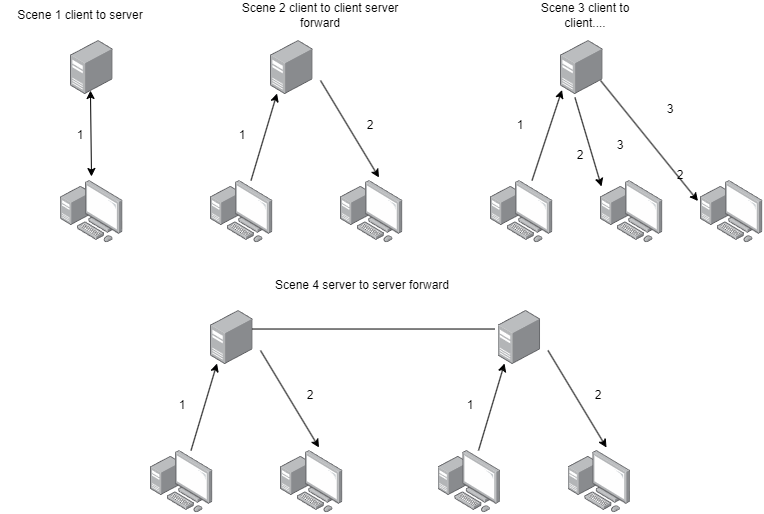
This is scene.png from Li-giegie/node, a draw.io export, as it was before one commit. Source tidied: cells renumbered, new cells last; positions are measured from the earlier drawing's top-left corner, leaving out a move shared by most shapes. Source of this version:
```xml
<mxGraphModel background="#FFFFFF">
  <root>
    <mxCell id="0" />
    <mxCell id="1" parent="0" />
    <mxCell id="2" style="points=[];html=1;align=center;shadow=0;dashed=0;image;image=img/lib/allied_telesis/computer_and_terminals/Personal_Computer_with_Server.svg;" parent="1" vertex="1">
      <mxGeometry x="60.1" y="180" width="62.4" height="62.4" as="geometry" />
    </mxCell>
    <mxCell id="3" style="points=[];html=1;align=center;shadow=0;dashed=0;image;image=img/lib/allied_telesis/computer_and_terminals/Server_Desktop.svg;" parent="1" vertex="1">
      <mxGeometry x="70" y="40" width="42.6" height="54" as="geometry" />
    </mxCell>
    <mxCell id="4" style="endArrow=classic;startArrow=classic;html=1;rounded=0;exitX=0.495;exitY=-0.064;exitDx=0;exitDy=0;exitPerimeter=0;entryX=0.469;entryY=0.926;entryDx=0;entryDy=0;entryPerimeter=0;" parent="1" edge="1" source="2" target="3">
      <mxGeometry relative="1" as="geometry" />
    </mxCell>
    <mxCell id="5" value="Scene 1 client to server" style="text;strokeColor=none;align=center;fillColor=none;html=1;verticalAlign=middle;whiteSpace=wrap;rounded=0;" parent="1" vertex="1">
      <mxGeometry width="160" height="30" as="geometry" />
    </mxCell>
    <mxCell id="6" style="points=[];html=1;align=center;shadow=0;dashed=0;image;image=img/lib/allied_telesis/computer_and_terminals/Server_Desktop.svg;" parent="1" vertex="1">
      <mxGeometry x="270" y="40" width="42.6" height="54" as="geometry" />
    </mxCell>
    <mxCell id="7" style="points=[];html=1;align=center;shadow=0;dashed=0;image;image=img/lib/allied_telesis/computer_and_terminals/Personal_Computer_with_Server.svg;" parent="1" vertex="1">
      <mxGeometry x="210" y="180" width="62.4" height="62.4" as="geometry" />
    </mxCell>
    <mxCell id="8" style="points=[];html=1;align=center;shadow=0;dashed=0;image;image=img/lib/allied_telesis/computer_and_terminals/Personal_Computer_with_Server.svg;" parent="1" vertex="1">
      <mxGeometry x="340" y="180" width="62.4" height="62.4" as="geometry" />
    </mxCell>
    <mxCell id="9" style="endArrow=classic;html=1;rounded=0;entryX=0.153;entryY=0.981;entryDx=0;entryDy=0;entryPerimeter=0;" parent="1" edge="1" source="7" target="6">
      <mxGeometry relative="1" as="geometry" />
    </mxCell>
    <mxCell id="10" style="endArrow=classic;html=1;rounded=0;entryX=0.617;entryY=-0.048;entryDx=0;entryDy=0;entryPerimeter=0;" parent="1" edge="1" target="8">
      <mxGeometry relative="1" as="geometry">
        <mxPoint x="320" y="80" as="sourcePoint" />
      </mxGeometry>
    </mxCell>
    <mxCell id="11" value="Scene 2 client to client server forward" style="text;strokeColor=none;align=center;fillColor=none;html=1;verticalAlign=middle;whiteSpace=wrap;rounded=0;" parent="1" vertex="1">
      <mxGeometry x="240" width="160" height="30" as="geometry" />
    </mxCell>
    <mxCell id="12" style="points=[];html=1;align=center;shadow=0;dashed=0;image;image=img/lib/allied_telesis/computer_and_terminals/Server_Desktop.svg;" parent="1" vertex="1">
      <mxGeometry x="560" y="40" width="42.6" height="54" as="geometry" />
    </mxCell>
    <mxCell id="13" style="points=[];html=1;align=center;shadow=0;dashed=0;image;image=img/lib/allied_telesis/computer_and_terminals/Personal_Computer_with_Server.svg;" parent="1" vertex="1">
      <mxGeometry x="490" y="180" width="62.4" height="62.4" as="geometry" />
    </mxCell>
    <mxCell id="14" style="points=[];html=1;align=center;shadow=0;dashed=0;image;image=img/lib/allied_telesis/computer_and_terminals/Personal_Computer_with_Server.svg;" parent="1" vertex="1">
      <mxGeometry x="600" y="180" width="62.4" height="62.4" as="geometry" />
    </mxCell>
    <mxCell id="15" style="points=[];html=1;align=center;shadow=0;dashed=0;image;image=img/lib/allied_telesis/computer_and_terminals/Personal_Computer_with_Server.svg;" parent="1" vertex="1">
      <mxGeometry x="700" y="180" width="62.4" height="62.4" as="geometry" />
    </mxCell>
    <mxCell id="16" style="endArrow=classic;html=1;rounded=0;entryX=0.035;entryY=0.917;entryDx=0;entryDy=0;entryPerimeter=0;" parent="1" edge="1" source="13" target="12">
      <mxGeometry relative="1" as="geometry" />
    </mxCell>
    <mxCell id="17" style="endArrow=classic;html=1;rounded=0;entryX=0.016;entryY=0.096;entryDx=0;entryDy=0;entryPerimeter=0;exitX=0.34;exitY=1.056;exitDx=0;exitDy=0;exitPerimeter=0;" parent="1" edge="1" source="12" target="14">
      <mxGeometry relative="1" as="geometry" />
    </mxCell>
    <mxCell id="18" style="endArrow=classic;html=1;rounded=0;entryX=-0.04;entryY=0.329;entryDx=0;entryDy=0;entryPerimeter=0;" parent="1" edge="1" target="15">
      <mxGeometry relative="1" as="geometry">
        <mxPoint x="600" y="80" as="sourcePoint" />
      </mxGeometry>
    </mxCell>
    <mxCell id="19" value="1" style="text;strokeColor=none;align=center;fillColor=none;html=1;verticalAlign=middle;whiteSpace=wrap;rounded=0;" parent="1" vertex="1">
      <mxGeometry x="50" y="120" width="60" height="30" as="geometry" />
    </mxCell>
    <mxCell id="20" value="1" style="text;strokeColor=none;align=center;fillColor=none;html=1;verticalAlign=middle;whiteSpace=wrap;rounded=0;" parent="1" vertex="1">
      <mxGeometry x="212.4" y="120" width="60" height="30" as="geometry" />
    </mxCell>
    <mxCell id="21" value="2" style="text;strokeColor=none;align=center;fillColor=none;html=1;verticalAlign=middle;whiteSpace=wrap;rounded=0;" parent="1" vertex="1">
      <mxGeometry x="340" y="110" width="60" height="30" as="geometry" />
    </mxCell>
    <mxCell id="22" value="1" style="text;strokeColor=none;align=center;fillColor=none;html=1;verticalAlign=middle;whiteSpace=wrap;rounded=0;" parent="1" vertex="1">
      <mxGeometry x="490" y="110" width="60" height="30" as="geometry" />
    </mxCell>
    <mxCell id="23" value="2" style="text;strokeColor=none;align=center;fillColor=none;html=1;verticalAlign=middle;whiteSpace=wrap;rounded=0;" parent="1" vertex="1">
      <mxGeometry x="550" y="140" width="60" height="30" as="geometry" />
    </mxCell>
    <mxCell id="24" value="3" style="text;strokeColor=none;align=center;fillColor=none;html=1;verticalAlign=middle;whiteSpace=wrap;rounded=0;" parent="1" vertex="1">
      <mxGeometry x="590" y="130" width="60" height="30" as="geometry" />
    </mxCell>
    <mxCell id="25" value="2" style="text;strokeColor=none;align=center;fillColor=none;html=1;verticalAlign=middle;whiteSpace=wrap;rounded=0;" parent="1" vertex="1">
      <mxGeometry x="650" y="160" width="60" height="30" as="geometry" />
    </mxCell>
    <mxCell id="26" value="3" style="text;strokeColor=none;align=center;fillColor=none;html=1;verticalAlign=middle;whiteSpace=wrap;rounded=0;" parent="1" vertex="1">
      <mxGeometry x="640" y="94" width="60" height="30" as="geometry" />
    </mxCell>
    <mxCell id="27" value="Scene 3 client to client...." style="text;strokeColor=none;align=center;fillColor=none;html=1;verticalAlign=middle;whiteSpace=wrap;rounded=0;" parent="1" vertex="1">
      <mxGeometry x="530" width="110" height="30" as="geometry" />
    </mxCell>
    <mxCell id="28" style="points=[];html=1;align=center;shadow=0;dashed=0;image;image=img/lib/allied_telesis/computer_and_terminals/Server_Desktop.svg;" parent="1" vertex="1">
      <mxGeometry x="210" y="310" width="42.6" height="54" as="geometry" />
    </mxCell>
    <mxCell id="29" style="points=[];html=1;align=center;shadow=0;dashed=0;image;image=img/lib/allied_telesis/computer_and_terminals/Personal_Computer_with_Server.svg;" parent="1" vertex="1">
      <mxGeometry x="150" y="450" width="62.4" height="62.4" as="geometry" />
    </mxCell>
    <mxCell id="30" style="points=[];html=1;align=center;shadow=0;dashed=0;image;image=img/lib/allied_telesis/computer_and_terminals/Personal_Computer_with_Server.svg;" parent="1" vertex="1">
      <mxGeometry x="280" y="450" width="62.4" height="62.4" as="geometry" />
    </mxCell>
    <mxCell id="31" style="endArrow=classic;html=1;rounded=0;entryX=0.153;entryY=0.981;entryDx=0;entryDy=0;entryPerimeter=0;" parent="1" edge="1" source="29" target="28">
      <mxGeometry relative="1" as="geometry" />
    </mxCell>
    <mxCell id="32" style="endArrow=classic;html=1;rounded=0;entryX=0.617;entryY=-0.048;entryDx=0;entryDy=0;entryPerimeter=0;" parent="1" edge="1" target="30">
      <mxGeometry relative="1" as="geometry">
        <mxPoint x="260" y="350" as="sourcePoint" />
      </mxGeometry>
    </mxCell>
    <mxCell id="33" value="Scene 4 server to server forward" style="text;strokeColor=none;align=center;fillColor=none;html=1;verticalAlign=middle;whiteSpace=wrap;rounded=0;" parent="1" vertex="1">
      <mxGeometry x="267.5" y="270" width="187.5" height="30" as="geometry" />
    </mxCell>
    <mxCell id="34" value="1" style="text;strokeColor=none;align=center;fillColor=none;html=1;verticalAlign=middle;whiteSpace=wrap;rounded=0;" parent="1" vertex="1">
      <mxGeometry x="152.4" y="390" width="60" height="30" as="geometry" />
    </mxCell>
    <mxCell id="35" value="2" style="text;strokeColor=none;align=center;fillColor=none;html=1;verticalAlign=middle;whiteSpace=wrap;rounded=0;" parent="1" vertex="1">
      <mxGeometry x="280" y="380" width="60" height="30" as="geometry" />
    </mxCell>
    <mxCell id="36" style="points=[];html=1;align=center;shadow=0;dashed=0;image;image=img/lib/allied_telesis/computer_and_terminals/Server_Desktop.svg;" parent="1" vertex="1">
      <mxGeometry x="497.5" y="310" width="42.6" height="54" as="geometry" />
    </mxCell>
    <mxCell id="37" style="points=[];html=1;align=center;shadow=0;dashed=0;image;image=img/lib/allied_telesis/computer_and_terminals/Personal_Computer_with_Server.svg;" parent="1" vertex="1">
      <mxGeometry x="437.5" y="450" width="62.4" height="62.4" as="geometry" />
    </mxCell>
    <mxCell id="38" style="points=[];html=1;align=center;shadow=0;dashed=0;image;image=img/lib/allied_telesis/computer_and_terminals/Personal_Computer_with_Server.svg;" parent="1" vertex="1">
      <mxGeometry x="567.5" y="450" width="62.4" height="62.4" as="geometry" />
    </mxCell>
    <mxCell id="39" style="endArrow=classic;html=1;rounded=0;entryX=0.153;entryY=0.981;entryDx=0;entryDy=0;entryPerimeter=0;" parent="1" edge="1" source="37" target="36">
      <mxGeometry relative="1" as="geometry" />
    </mxCell>
    <mxCell id="40" style="endArrow=classic;html=1;rounded=0;entryX=0.617;entryY=-0.048;entryDx=0;entryDy=0;entryPerimeter=0;" parent="1" edge="1" target="38">
      <mxGeometry relative="1" as="geometry">
        <mxPoint x="547.5" y="350" as="sourcePoint" />
      </mxGeometry>
    </mxCell>
    <mxCell id="41" value="1" style="text;strokeColor=none;align=center;fillColor=none;html=1;verticalAlign=middle;whiteSpace=wrap;rounded=0;" parent="1" vertex="1">
      <mxGeometry x="439.9" y="390" width="60" height="30" as="geometry" />
    </mxCell>
    <mxCell id="42" value="2" style="text;strokeColor=none;align=center;fillColor=none;html=1;verticalAlign=middle;whiteSpace=wrap;rounded=0;" parent="1" vertex="1">
      <mxGeometry x="567.5" y="380" width="60" height="30" as="geometry" />
    </mxCell>
    <mxCell id="43" style="endArrow=none;html=1;rounded=0;exitX=0.986;exitY=0.343;exitDx=0;exitDy=0;exitPerimeter=0;entryX=-0.082;entryY=0.343;entryDx=0;entryDy=0;entryPerimeter=0;" parent="1" edge="1" source="28" target="36">
      <mxGeometry relative="1" as="geometry" />
    </mxCell>
  </root>
</mxGraphModel>
```
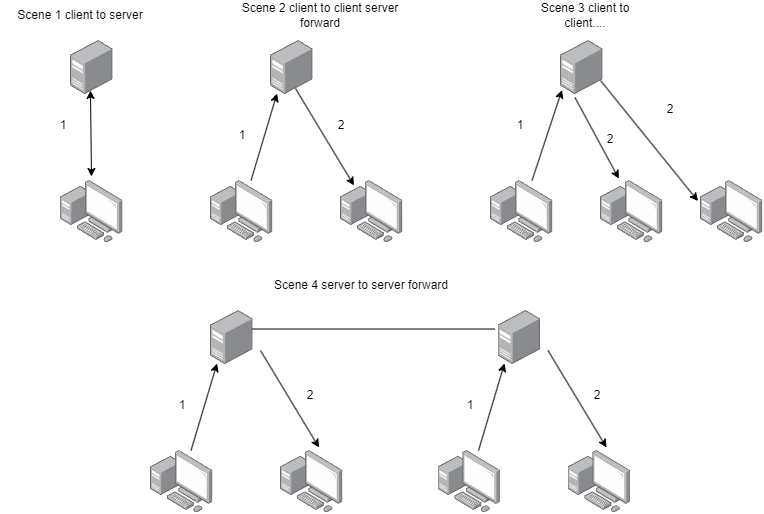
The same diagram one commit later.

What changed in the source:
```diff
@@ -1,4 +1,4 @@
-<mxGraphModel background="#FFFFFF">
+<mxGraphModel background="#ffffff">
   <root>
     <mxCell id="0" />
     <mxCell id="1" parent="0" />
@@ -26,9 +26,10 @@
     <mxCell id="9" style="endArrow=classic;html=1;rounded=0;entryX=0.153;entryY=0.981;entryDx=0;entryDy=0;entryPerimeter=0;" parent="1" edge="1" source="7" target="6">
       <mxGeometry relative="1" as="geometry" />
     </mxCell>
-    <mxCell id="10" style="endArrow=classic;html=1;rounded=0;entryX=0.617;entryY=-0.048;entryDx=0;entryDy=0;entryPerimeter=0;" parent="1" edge="1" target="8">
+    <mxCell id="10" style="endArrow=classic;html=1;rounded=0;entryX=0.617;entryY=-0.048;entryDx=0;entryDy=0;entryPerimeter=0;" parent="1" edge="1">
       <mxGeometry relative="1" as="geometry">
-        <mxPoint x="320" y="80" as="sourcePoint" />
+        <mxPoint x="295" y="88" as="sourcePoint" />
+        <mxPoint x="353.5" y="185" as="targetPoint" />
       </mxGeometry>
     </mxCell>
     <mxCell id="11" value="Scene 2 client to client server forward" style="text;strokeColor=none;align=center;fillColor=none;html=1;verticalAlign=middle;whiteSpace=wrap;rounded=0;" parent="1" vertex="1">
@@ -49,7 +50,7 @@
     <mxCell id="16" style="endArrow=classic;html=1;rounded=0;entryX=0.035;entryY=0.917;entryDx=0;entryDy=0;entryPerimeter=0;" parent="1" edge="1" source="13" target="12">
       <mxGeometry relative="1" as="geometry" />
     </mxCell>
-    <mxCell id="17" style="endArrow=classic;html=1;rounded=0;entryX=0.016;entryY=0.096;entryDx=0;entryDy=0;entryPerimeter=0;exitX=0.34;exitY=1.056;exitDx=0;exitDy=0;exitPerimeter=0;" parent="1" edge="1" source="12" target="14">
+    <mxCell id="17" style="endArrow=classic;html=1;rounded=0;entryX=0.294;entryY=-0.03;entryDx=0;entryDy=0;entryPerimeter=0;exitX=0.34;exitY=1.056;exitDx=0;exitDy=0;exitPerimeter=0;" parent="1" edge="1" source="12" target="14">
       <mxGeometry relative="1" as="geometry" />
     </mxCell>
     <mxCell id="18" style="endArrow=classic;html=1;rounded=0;entryX=-0.04;entryY=0.329;entryDx=0;entryDy=0;entryPerimeter=0;" parent="1" edge="1" target="15">
@@ -58,27 +59,21 @@
       </mxGeometry>
     </mxCell>
     <mxCell id="19" value="1" style="text;strokeColor=none;align=center;fillColor=none;html=1;verticalAlign=middle;whiteSpace=wrap;rounded=0;" parent="1" vertex="1">
-      <mxGeometry x="50" y="120" width="60" height="30" as="geometry" />
+      <mxGeometry x="33" y="110" width="60" height="30" as="geometry" />
     </mxCell>
     <mxCell id="20" value="1" style="text;strokeColor=none;align=center;fillColor=none;html=1;verticalAlign=middle;whiteSpace=wrap;rounded=0;" parent="1" vertex="1">
       <mxGeometry x="212.4" y="120" width="60" height="30" as="geometry" />
     </mxCell>
     <mxCell id="21" value="2" style="text;strokeColor=none;align=center;fillColor=none;html=1;verticalAlign=middle;whiteSpace=wrap;rounded=0;" parent="1" vertex="1">
-      <mxGeometry x="340" y="110" width="60" height="30" as="geometry" />
+      <mxGeometry x="311" y="110" width="60" height="30" as="geometry" />
     </mxCell>
     <mxCell id="22" value="1" style="text;strokeColor=none;align=center;fillColor=none;html=1;verticalAlign=middle;whiteSpace=wrap;rounded=0;" parent="1" vertex="1">
       <mxGeometry x="490" y="110" width="60" height="30" as="geometry" />
     </mxCell>
     <mxCell id="23" value="2" style="text;strokeColor=none;align=center;fillColor=none;html=1;verticalAlign=middle;whiteSpace=wrap;rounded=0;" parent="1" vertex="1">
-      <mxGeometry x="550" y="140" width="60" height="30" as="geometry" />
+      <mxGeometry x="580" y="124" width="60" height="30" as="geometry" />
     </mxCell>
-    <mxCell id="24" value="3" style="text;strokeColor=none;align=center;fillColor=none;html=1;verticalAlign=middle;whiteSpace=wrap;rounded=0;" parent="1" vertex="1">
-      <mxGeometry x="590" y="130" width="60" height="30" as="geometry" />
-    </mxCell>
-    <mxCell id="25" value="2" style="text;strokeColor=none;align=center;fillColor=none;html=1;verticalAlign=middle;whiteSpace=wrap;rounded=0;" parent="1" vertex="1">
-      <mxGeometry x="650" y="160" width="60" height="30" as="geometry" />
-    </mxCell>
-    <mxCell id="26" value="3" style="text;strokeColor=none;align=center;fillColor=none;html=1;verticalAlign=middle;whiteSpace=wrap;rounded=0;" parent="1" vertex="1">
+    <mxCell id="26" value="2" style="text;strokeColor=none;align=center;fillColor=none;html=1;verticalAlign=middle;whiteSpace=wrap;rounded=0;" parent="1" vertex="1">
       <mxGeometry x="640" y="94" width="60" height="30" as="geometry" />
     </mxCell>
     <mxCell id="27" value="Scene 3 client to client...." style="text;strokeColor=none;align=center;fillColor=none;html=1;verticalAlign=middle;whiteSpace=wrap;rounded=0;" parent="1" vertex="1">
```
